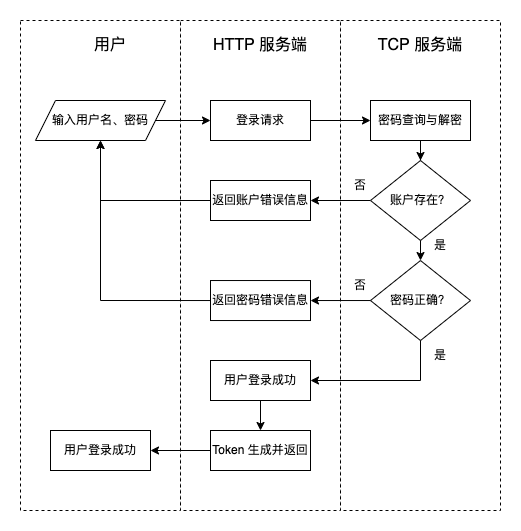
The draw.io diagram 文档材料/用户登录流程图.drawio.png in DingYuan0118/et_task, before a commit. Source tidied: cells renumbered, new cells last; positions are measured from the earlier drawing's top-left corner, leaving out a move shared by most shapes.
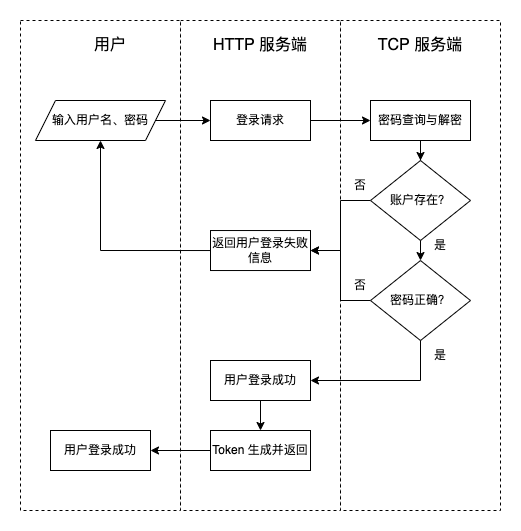
Later version of the same file.

The edit, as a diff of the source:
```diff
@@ -29,7 +29,7 @@
     <mxCell id="10" value="密码查询与解密" style="rounded=0;whiteSpace=wrap;html=1;" parent="1" vertex="1">
       <mxGeometry x="350" y="80" width="100" height="40" as="geometry" />
     </mxCell>
-    <mxCell id="11" style="edgeStyle=orthogonalEdgeStyle;rounded=0;jettySize=auto;html=1;" parent="1" edge="1" source="13" target="15">
+    <mxCell id="11" style="edgeStyle=orthogonalEdgeStyle;rounded=0;jettySize=auto;html=1;entryX=1;entryY=0.5;entryDx=0;entryDy=0;" parent="1" edge="1" source="13" target="17">
       <mxGeometry relative="1" as="geometry" />
     </mxCell>
     <mxCell id="12" style="edgeStyle=orthogonalEdgeStyle;rounded=0;jettySize=auto;html=1;" parent="1" edge="1" target="19">
@@ -43,14 +43,8 @@
     <mxCell id="14" value="否" style="text;html=1;strokeColor=none;fillColor=none;align=center;verticalAlign=middle;whiteSpace=wrap;rounded=0;" parent="1" vertex="1">
       <mxGeometry x="310" y="150" width="60" height="30" as="geometry" />
     </mxCell>
-    <mxCell id="15" value="返回账户错误信息" style="rounded=0;whiteSpace=wrap;html=1;" parent="1" vertex="1">
-      <mxGeometry x="190" y="160" width="100" height="40" as="geometry" />
-    </mxCell>
-    <mxCell id="16" style="edgeStyle=segmentEdgeStyle;endArrow=classic;html=1;rounded=0;entryX=0.5;entryY=1;entryDx=0;entryDy=0;exitX=0;exitY=0.5;exitDx=0;exitDy=0;" parent="1" edge="1" source="15" target="6">
-      <mxGeometry relative="1" as="geometry" />
-    </mxCell>
-    <mxCell id="17" value="返回密码错误信息" style="rounded=0;whiteSpace=wrap;html=1;" parent="1" vertex="1">
-      <mxGeometry x="190" y="260" width="100" height="40" as="geometry" />
+    <mxCell id="17" value="返回用户登录失败信息" style="rounded=0;whiteSpace=wrap;html=1;" parent="1" vertex="1">
+      <mxGeometry x="190" y="210" width="100" height="40" as="geometry" />
     </mxCell>
     <mxCell id="18" style="edgeStyle=orthogonalEdgeStyle;rounded=0;jettySize=auto;html=1;" parent="1" edge="1" source="19" target="17">
       <mxGeometry relative="1" as="geometry" />
```
